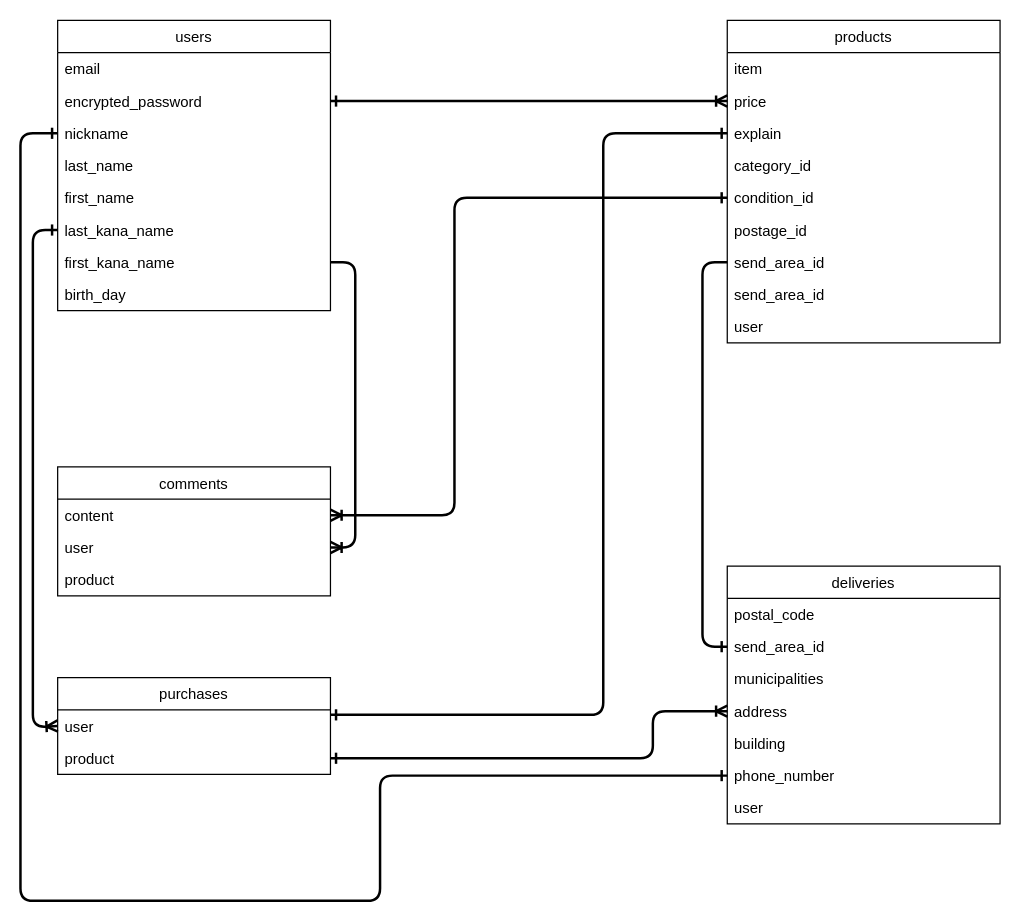
This is Furima.dio from MSM-WOWL/furima-38145, a draw.io file, before an edit. Source tidied: cells renumbered, new cells numbered last; positions are measured from the earlier drawing's top-left corner, leaving out a move shared by most shapes. Both pictures are drawn from the tidied source at 124%, with x=0, y=0 at pixel (20, 20).
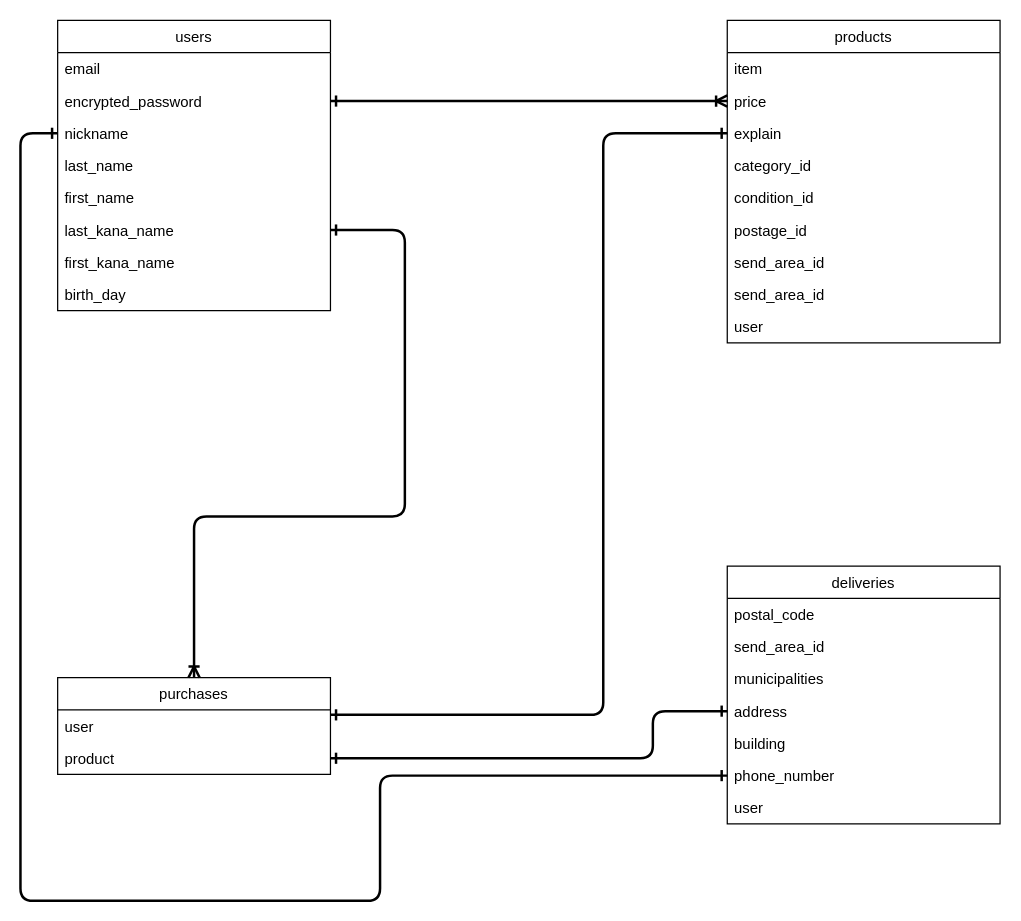
The same diagram, later.

Unchanged cells that the change refers to:
```xml
<mxCell id="8" value="last_kana_name" style="text;strokeColor=none;fillColor=none;align=left;verticalAlign=top;spacingLeft=4;spacingRight=4;overflow=hidden;points=[[0,0.5],[1,0.5]];portConstraint=eastwest;" parent="2" vertex="1">
  <mxGeometry y="156" width="220" height="26" as="geometry" />
</mxCell>
<mxCell id="9" value="first_kana_name" style="text;strokeColor=none;fillColor=none;align=left;verticalAlign=top;spacingLeft=4;spacingRight=4;overflow=hidden;points=[[0,0.5],[1,0.5]];portConstraint=eastwest;" parent="2" vertex="1">
  <mxGeometry y="182" width="220" height="26" as="geometry" />
</mxCell>
<mxCell id="16" value="condition_id" style="text;strokeColor=none;fillColor=none;align=left;verticalAlign=top;spacingLeft=4;spacingRight=4;overflow=hidden;points=[[0,0.5],[1,0.5]];portConstraint=eastwest;" parent="11" vertex="1">
  <mxGeometry y="130" width="220" height="26" as="geometry" />
</mxCell>
<mxCell id="18" value="send_area_id" style="text;strokeColor=none;fillColor=none;align=left;verticalAlign=top;spacingLeft=4;spacingRight=4;overflow=hidden;points=[[0,0.5],[1,0.5]];portConstraint=eastwest;" parent="11" vertex="1">
  <mxGeometry y="182" width="220" height="26" as="geometry" />
</mxCell>
<mxCell id="23" value="send_area_id" style="text;strokeColor=none;fillColor=none;align=left;verticalAlign=top;spacingLeft=4;spacingRight=4;overflow=hidden;points=[[0,0.5],[1,0.5]];portConstraint=eastwest;" parent="21" vertex="1">
  <mxGeometry y="52" width="220" height="26" as="geometry" />
</mxCell>
<mxCell id="25" value="address" style="text;strokeColor=none;fillColor=none;align=left;verticalAlign=top;spacingLeft=4;spacingRight=4;overflow=hidden;points=[[0,0.5],[1,0.5]];portConstraint=eastwest;" parent="21" vertex="1">
  <mxGeometry y="104" width="220" height="26" as="geometry" />
</mxCell>
<mxCell id="29" value="purchases" style="swimlane;fontStyle=0;horizontal=1;startSize=26;fillColor=none;" parent="1" vertex="1">
  <mxGeometry x="30" y="530" width="220" height="78" as="geometry" />
</mxCell>
<mxCell id="30" value="user" style="text;strokeColor=none;fillColor=none;align=left;verticalAlign=top;spacingLeft=4;spacingRight=4;overflow=hidden;points=[[0,0.5],[1,0.5]];portConstraint=eastwest;" parent="29" vertex="1">
  <mxGeometry y="26" width="220" height="26" as="geometry" />
</mxCell>
<mxCell id="31" value="product" style="text;strokeColor=none;fillColor=none;align=left;verticalAlign=top;spacingLeft=4;spacingRight=4;overflow=hidden;points=[[0,0.5],[1,0.5]];portConstraint=eastwest;" parent="29" vertex="1">
  <mxGeometry y="52" width="220" height="26" as="geometry" />
</mxCell>
```

Change to the diagram source:
```diff
@@
-    <mxCell id="32" value="comments" style="swimlane;fontStyle=0;horizontal=1;startSize=26;fillColor=none;" parent="1" vertex="1">
-      <mxGeometry x="30" y="360" width="220" height="104" as="geometry" />
-    </mxCell>
-    <mxCell id="33" value="content" style="text;strokeColor=none;fillColor=none;align=left;verticalAlign=top;spacingLeft=4;spacingRight=4;overflow=hidden;points=[[0,0.5],[1,0.5]];portConstraint=eastwest;" parent="32" vertex="1">
-      <mxGeometry y="26" width="220" height="26" as="geometry" />
-    </mxCell>
-    <mxCell id="34" value="user" style="text;strokeColor=none;fillColor=none;align=left;verticalAlign=top;spacingLeft=4;spacingRight=4;overflow=hidden;points=[[0,0.5],[1,0.5]];portConstraint=eastwest;" parent="32" vertex="1">
-      <mxGeometry y="52" width="220" height="26" as="geometry" />
-    </mxCell>
-    <mxCell id="35" value="product" style="text;strokeColor=none;fillColor=none;align=left;verticalAlign=top;spacingLeft=4;spacingRight=4;overflow=hidden;" parent="32" vertex="1">
-      <mxGeometry y="78" width="220" height="26" as="geometry" />
-    </mxCell>
@@
-    <mxCell id="37" style="edgeStyle=none;html=1;exitX=1;exitY=0.5;exitDx=0;exitDy=0;entryX=1;entryY=0.5;entryDx=0;entryDy=0;endArrow=ERoneToMany;endFill=0;strokeWidth=2;" parent="1" edge="1" source="9" target="34">
-      <mxGeometry relative="1" as="geometry">
-        <Array as="points">
-          <mxPoint x="270" y="195" />
-          <mxPoint x="270" y="320" />
-          <mxPoint x="270" y="425" />
-        </Array>
-      </mxGeometry>
-    </mxCell>
-    <mxCell id="38" style="html=1;exitX=0;exitY=0.5;exitDx=0;exitDy=0;entryX=0;entryY=0.5;entryDx=0;entryDy=0;endArrow=ERone;endFill=0;strokeWidth=2;" parent="1" edge="1" source="18" target="23">
-      <mxGeometry relative="1" as="geometry">
-        <Array as="points">
-          <mxPoint x="550" y="195" />
-          <mxPoint x="550" y="340" />
-          <mxPoint x="550" y="505" />
-        </Array>
-      </mxGeometry>
-    </mxCell>
@@
-    <mxCell id="40" style="edgeStyle=none;html=1;exitX=0;exitY=0.5;exitDx=0;exitDy=0;entryX=1;entryY=0.5;entryDx=0;entryDy=0;endArrow=ERoneToMany;endFill=0;strokeWidth=2;startArrow=ERone;startFill=0;" parent="1" edge="1" source="16" target="33">
-      <mxGeometry relative="1" as="geometry">
-        <Array as="points">
-          <mxPoint x="350" y="143" />
-          <mxPoint x="350" y="320" />
-          <mxPoint x="350" y="399" />
-        </Array>
-      </mxGeometry>
-    </mxCell>
@@
-    <mxCell id="42" style="edgeStyle=none;html=1;exitX=1;exitY=0.5;exitDx=0;exitDy=0;entryX=0;entryY=0.5;entryDx=0;entryDy=0;startArrow=ERone;startFill=0;endArrow=ERoneToMany;endFill=0;strokeWidth=2;" parent="1" edge="1" source="31" target="25">
+    <mxCell id="42" style="edgeStyle=none;html=1;exitX=1;exitY=0.5;exitDx=0;exitDy=0;entryX=0;entryY=0.5;entryDx=0;entryDy=0;startArrow=ERone;startFill=0;endArrow=ERone;endFill=0;strokeWidth=2;" parent="1" edge="1" source="31" target="25">
       <mxGeometry relative="1" as="geometry">
         <Array as="points">
           <mxPoint x="410" y="595" />
           <mxPoint x="510" y="595" />
           <mxPoint x="510" y="557" />
         </Array>
       </mxGeometry>
     </mxCell>
-    <mxCell id="43" style="edgeStyle=none;html=1;exitX=0;exitY=0.5;exitDx=0;exitDy=0;entryX=0;entryY=0.5;entryDx=0;entryDy=0;startArrow=ERone;startFill=0;endArrow=ERoneToMany;endFill=0;strokeWidth=2;" parent="1" edge="1" source="8" target="30">
-      <mxGeometry relative="1" as="geometry">
-        <Array as="points">
-          <mxPoint x="10" y="169" />
-          <mxPoint x="10" y="210" />
-          <mxPoint x="10" y="260" />
-          <mxPoint x="10" y="370" />
-          <mxPoint x="10" y="470" />
-          <mxPoint x="10" y="520" />
-          <mxPoint x="10" y="570" />
-        </Array>
-      </mxGeometry>
-    </mxCell>
+    <mxCell id="44" style="edgeStyle=none;html=1;exitX=1;exitY=0.5;exitDx=0;exitDy=0;entryX=0.5;entryY=0;entryDx=0;entryDy=0;startArrow=ERone;startFill=0;endArrow=ERoneToMany;endFill=0;strokeWidth=2;" parent="1" edge="1" source="8" target="29">
+      <mxGeometry relative="1" as="geometry">
+        <Array as="points">
+          <mxPoint x="310" y="169" />
+          <mxPoint x="310" y="280" />
+          <mxPoint x="310" y="400" />
+          <mxPoint x="140" y="400" />
+        </Array>
+      </mxGeometry>
+    </mxCell>
```
